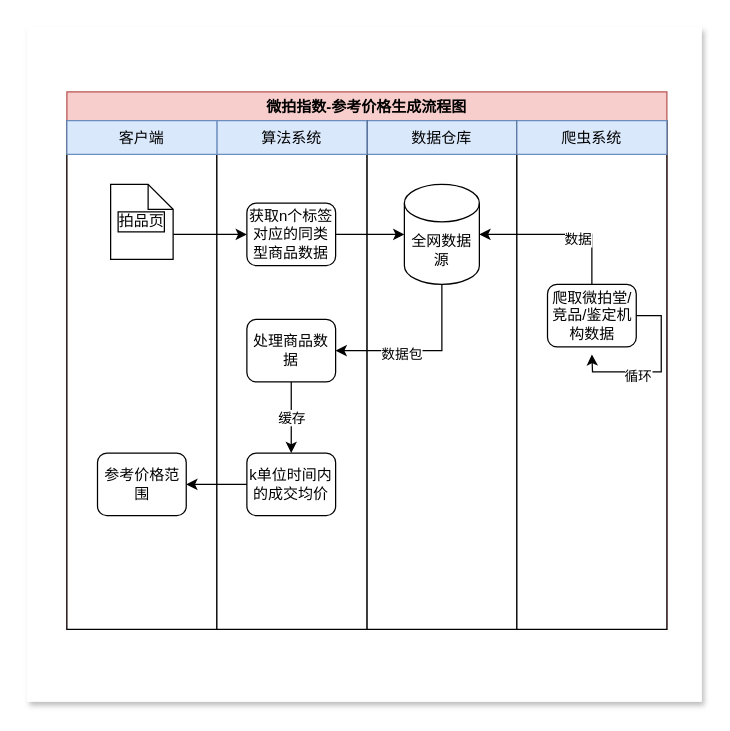
Above: 微拍指数.drawio in LuiBu/my-pictures (draw.io), before the change. Source tidied: cells renumbered, new cells numbered last; positions are measured from the earlier drawing's top-left corner, leaving out a move shared by most shapes. Both pictures are drawn from the tidied source at 125%, with x=0, y=0 at pixel (26, 26).
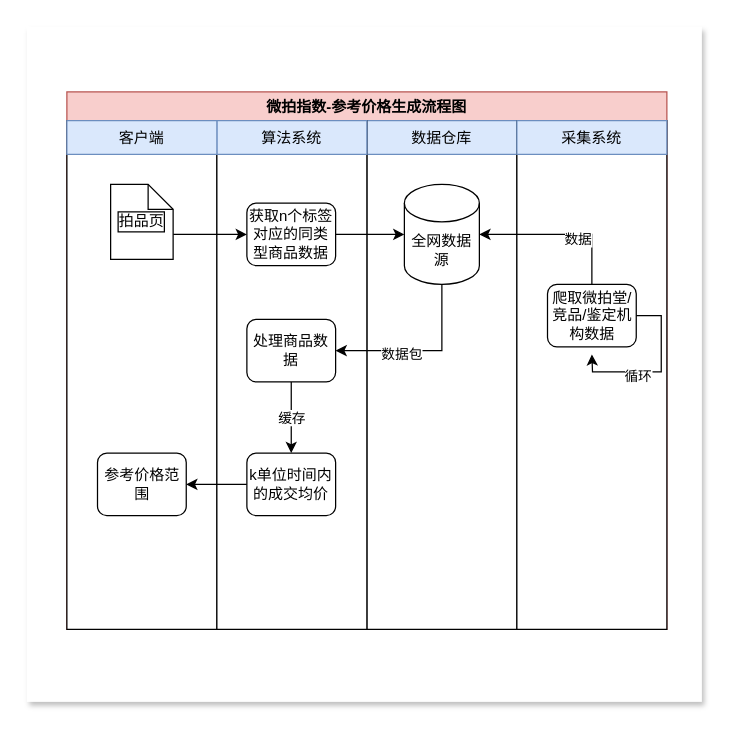
Above is the later version.

Commit message:
更新微拍指数.drawio

Unchanged cells that the change refers to:
```xml
<mxCell id="3" value="微拍指数-参考价格生成流程图" style="swimlane;startSize=23;fillColor=#f8cecc;strokeColor=#b85450;shadow=0;rounded=0;swimlaneLine=0;" parent="1" vertex="1">
  <mxGeometry x="32" y="52" width="480" height="430" as="geometry" />
</mxCell>
```

The edit, as a diff of the source:
```diff
@@
-    <mxCell id="18" value="爬虫系统" style="rounded=0;whiteSpace=wrap;html=1;fillColor=#dae8fc;strokeColor=#6c8ebf;" parent="3" vertex="1">
+    <mxCell id="18" value="采集系统" style="rounded=0;whiteSpace=wrap;html=1;fillColor=#dae8fc;strokeColor=#6c8ebf;" parent="3" vertex="1">
       <mxGeometry x="360" y="23" width="120" height="27" as="geometry" />
     </mxCell>
```
